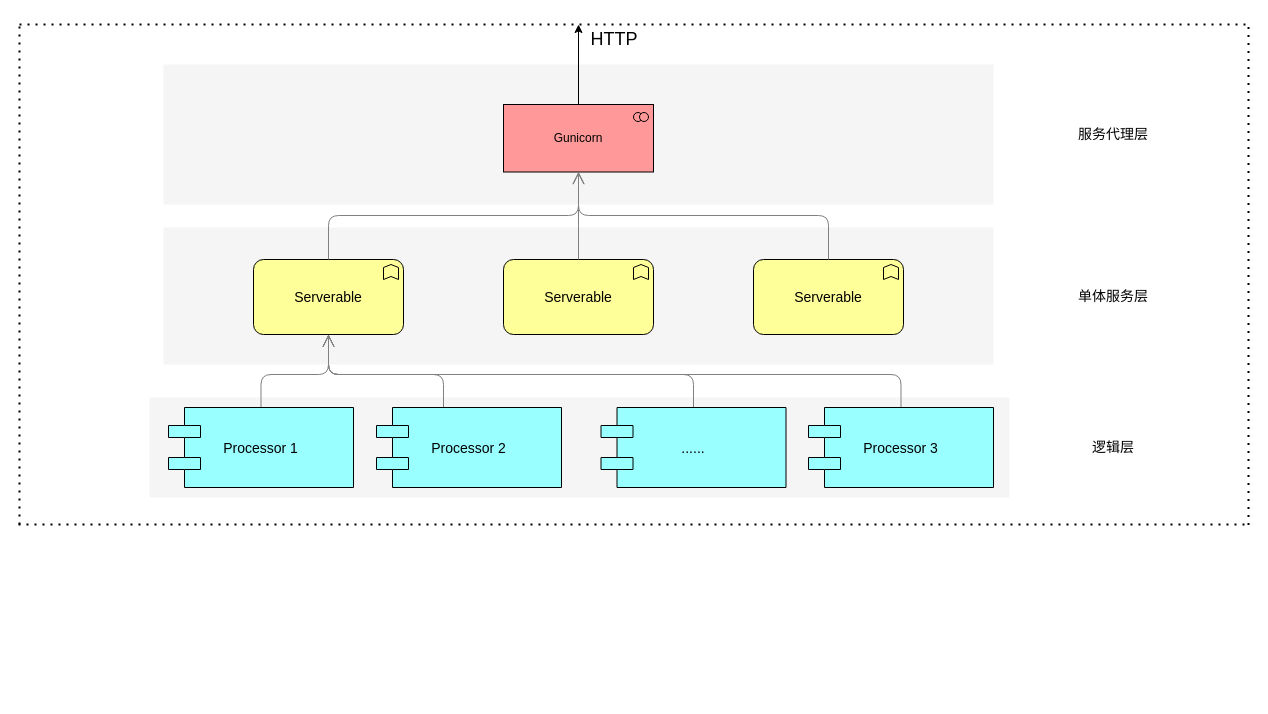
This is engineering/架构设计/Untitled Diagram.drawio from Wanke15/wanke15.github.io, a draw.io file, before an edit. Source tidied: cells renumbered, new cells numbered last; positions are measured from the earlier drawing's top-left corner, leaving out a move shared by most shapes. Both pictures are drawn from the tidied source at 100%, with x=0, y=0 at pixel (18, 24).
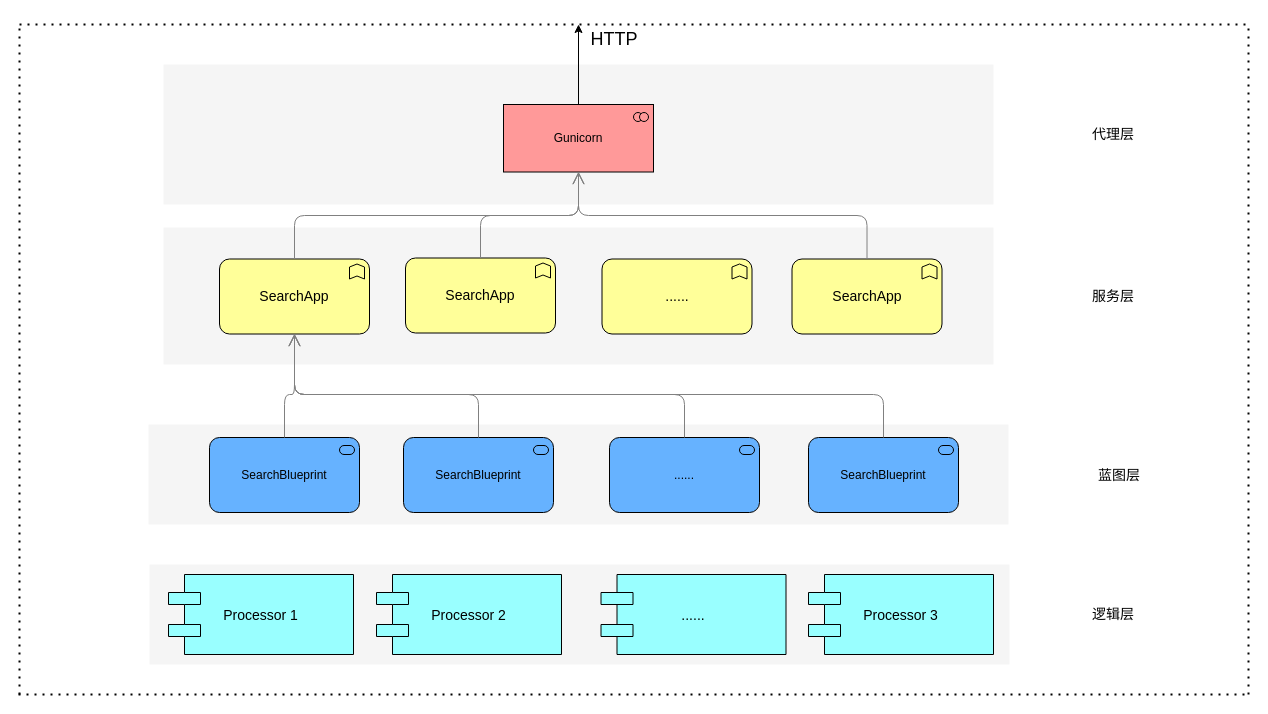
After the change.

Change to the diagram source:
```diff
@@
     <mxCell id="2" style="whiteSpace=wrap;html=1;strokeColor=none;strokeWidth=1;fillColor=#f5f5f5;fontSize=14;" parent="1" vertex="1">
-      <mxGeometry x="131" y="373" width="860" height="100" as="geometry" />
+      <mxGeometry x="131" y="540" width="860" height="100" as="geometry" />
     </mxCell>
@@
-    <mxCell id="4" style="edgeStyle=elbowEdgeStyle;rounded=1;elbow=vertical;html=1;startSize=10;endArrow=open;endFill=0;endSize=10;jettySize=auto;strokeColor=#808080;fontSize=14;" parent="1" edge="1" target="12">
-      <mxGeometry relative="1" as="geometry">
-        <mxPoint x="242.5" y="384" as="sourcePoint" />
-        <Array as="points">
-          <mxPoint x="310" y="350" />
-        </Array>
-      </mxGeometry>
-    </mxCell>
     <mxCell id="5" value="Processor 1" style="shape=component;align=center;fillColor=#99ffff;gradientColor=none;fontSize=14;" parent="1" vertex="1">
-      <mxGeometry x="150" y="383" width="185" height="80" as="geometry" />
+      <mxGeometry x="150" y="550" width="185" height="80" as="geometry" />
     </mxCell>
-    <mxCell id="6" style="edgeStyle=elbowEdgeStyle;rounded=1;elbow=vertical;html=1;startSize=10;endArrow=open;endFill=0;endSize=10;jettySize=auto;strokeColor=#808080;fontSize=14;entryX=0.5;entryY=1;entryDx=0;entryDy=0;entryPerimeter=0;" parent="1" edge="1" source="7" target="12">
-      <mxGeometry relative="1" as="geometry">
-        <Array as="points">
-          <mxPoint x="425" y="350" />
-        </Array>
-      </mxGeometry>
-    </mxCell>
     <mxCell id="7" value="Processor 2" style="shape=component;align=center;fillColor=#99ffff;gradientColor=none;fontSize=14;" parent="1" vertex="1">
-      <mxGeometry x="358" y="383" width="185" height="80" as="geometry" />
+      <mxGeometry x="358" y="550" width="185" height="80" as="geometry" />
     </mxCell>
-    <mxCell id="8" style="edgeStyle=elbowEdgeStyle;rounded=1;elbow=vertical;html=1;startSize=10;endArrow=open;endFill=0;endSize=10;jettySize=auto;strokeColor=#808080;fontSize=14;entryX=0.5;entryY=1;entryDx=0;entryDy=0;entryPerimeter=0;" parent="1" edge="1" source="9" target="12">
-      <mxGeometry relative="1" as="geometry">
-        <Array as="points">
-          <mxPoint x="395" y="350" />
-        </Array>
-      </mxGeometry>
-    </mxCell>
     <mxCell id="9" value="......" style="shape=component;align=center;fillColor=#99ffff;gradientColor=none;fontSize=14;" parent="1" vertex="1">
-      <mxGeometry x="582.5" y="383" width="185" height="80" as="geometry" />
+      <mxGeometry x="582.5" y="550" width="185" height="80" as="geometry" />
     </mxCell>
-    <mxCell id="10" style="edgeStyle=elbowEdgeStyle;rounded=1;elbow=vertical;html=1;startSize=10;endArrow=open;endFill=0;endSize=10;jettySize=auto;strokeColor=#808080;fontSize=14;entryX=0.5;entryY=1;entryDx=0;entryDy=0;entryPerimeter=0;" parent="1" edge="1" source="11" target="12">
-      <mxGeometry relative="1" as="geometry">
-        <Array as="points">
-          <mxPoint x="395" y="350" />
-        </Array>
-      </mxGeometry>
-    </mxCell>
     <mxCell id="11" value="Processor 3" style="shape=component;align=center;fillColor=#99ffff;gradientColor=none;fontSize=14;" parent="1" vertex="1">
-      <mxGeometry x="790" y="383" width="185" height="80" as="geometry" />
+      <mxGeometry x="790" y="550" width="185" height="80" as="geometry" />
     </mxCell>
-    <mxCell id="12" value="Serverable" style="html=1;whiteSpace=wrap;fillColor=#ffff99;shape=mxgraph.archimate3.application;appType=func;archiType=rounded;fontSize=14;" parent="1" vertex="1">
-      <mxGeometry x="235" y="235" width="150" height="75" as="geometry" />
+    <mxCell id="12" value="SearchApp" style="html=1;whiteSpace=wrap;fillColor=#ffff99;shape=mxgraph.archimate3.application;appType=func;archiType=rounded;fontSize=14;" parent="1" vertex="1">
+      <mxGeometry x="201" y="234.5" width="150" height="75" as="geometry" />
     </mxCell>
     <mxCell id="13" value="逻辑层" style="text;html=1;strokeColor=none;fillColor=none;align=center;verticalAlign=middle;whiteSpace=wrap;fontSize=14;" parent="1" vertex="1">
-      <mxGeometry x="975" y="413" width="240" height="20" as="geometry" />
+      <mxGeometry x="975" y="580" width="240" height="20" as="geometry" />
     </mxCell>
-    <mxCell id="14" value="单体服务层" style="text;html=1;strokeColor=none;fillColor=none;align=center;verticalAlign=middle;whiteSpace=wrap;fontSize=14;" parent="1" vertex="1">
+    <mxCell id="14" value="服务层" style="text;html=1;strokeColor=none;fillColor=none;align=center;verticalAlign=middle;whiteSpace=wrap;fontSize=14;" parent="1" vertex="1">
       <mxGeometry x="975" y="261.5" width="240" height="20" as="geometry" />
     </mxCell>
-    <mxCell id="15" value="Serverable" style="html=1;whiteSpace=wrap;fillColor=#ffff99;shape=mxgraph.archimate3.application;appType=func;archiType=rounded;fontSize=14;" parent="1" vertex="1">
-      <mxGeometry x="485" y="235" width="150" height="75" as="geometry" />
+    <mxCell id="15" value="SearchApp" style="html=1;whiteSpace=wrap;fillColor=#ffff99;shape=mxgraph.archimate3.application;appType=func;archiType=rounded;fontSize=14;" parent="1" vertex="1">
+      <mxGeometry x="387" y="233.5" width="150" height="75" as="geometry" />
     </mxCell>
-    <mxCell id="16" value="Serverable" style="html=1;whiteSpace=wrap;fillColor=#ffff99;shape=mxgraph.archimate3.application;appType=func;archiType=rounded;fontSize=14;" parent="1" vertex="1">
-      <mxGeometry x="735" y="235" width="150" height="75" as="geometry" />
+    <mxCell id="16" value="SearchApp" style="html=1;whiteSpace=wrap;fillColor=#ffff99;shape=mxgraph.archimate3.application;appType=func;archiType=rounded;fontSize=14;" parent="1" vertex="1">
+      <mxGeometry x="773.5" y="234.5" width="150" height="75" as="geometry" />
     </mxCell>
@@
-    <mxCell id="23" value="服务代理层" style="text;html=1;strokeColor=none;fillColor=none;align=center;verticalAlign=middle;whiteSpace=wrap;fontSize=14;" parent="1" vertex="1">
+    <mxCell id="23" value="代理层" style="text;html=1;strokeColor=none;fillColor=none;align=center;verticalAlign=middle;whiteSpace=wrap;fontSize=14;" parent="1" vertex="1">
       <mxGeometry x="975" y="100" width="240" height="20" as="geometry" />
     </mxCell>
     <mxCell id="24" style="endArrow=none;dashed=1;html=1;dashPattern=1 3;strokeWidth=2;" parent="1" edge="1">
       <mxGeometry relative="1" as="geometry">
-        <mxPoint x="1" y="500" as="sourcePoint" />
+        <mxPoint x="1" y="670" as="sourcePoint" />
         <mxPoint x="1" as="targetPoint" />
       </mxGeometry>
     </mxCell>
     <mxCell id="25" style="endArrow=none;dashed=1;html=1;dashPattern=1 3;strokeWidth=2;" parent="1" edge="1">
       <mxGeometry relative="1" as="geometry">
-        <mxPoint x="1230" y="500.5" as="sourcePoint" />
+        <mxPoint x="1230" y="670" as="sourcePoint" />
         <mxPoint x="1230" y="0.5" as="targetPoint" />
       </mxGeometry>
     </mxCell>
@@
     <mxCell id="27" style="endArrow=none;dashed=1;html=1;dashPattern=1 3;strokeWidth=2;" parent="1" edge="1">
       <mxGeometry relative="1" as="geometry">
-        <mxPoint y="500" as="sourcePoint" />
-        <mxPoint x="1230" y="500" as="targetPoint" />
+        <mxPoint y="670" as="sourcePoint" />
+        <mxPoint x="1230" y="670" as="targetPoint" />
       </mxGeometry>
     </mxCell>
@@
+    <mxCell id="29" style="whiteSpace=wrap;html=1;strokeColor=none;strokeWidth=1;fillColor=#f5f5f5;fontSize=14;" parent="1" vertex="1">
+      <mxGeometry x="130" y="400" width="860" height="100" as="geometry" />
+    </mxCell>
+    <mxCell id="30" value="SearchBlueprint" style="html=1;outlineConnect=0;whiteSpace=wrap;fillColor=#66B2FF;shape=mxgraph.archimate3.application;appType=serv;archiType=rounded;" parent="1" vertex="1">
+      <mxGeometry x="191" y="413" width="150" height="75" as="geometry" />
+    </mxCell>
+    <mxCell id="31" value="......" style="html=1;whiteSpace=wrap;fillColor=#ffff99;shape=mxgraph.archimate3.application;appType=func;archiType=rounded;fontSize=14;" parent="1" vertex="1">
+      <mxGeometry x="583.5" y="234.5" width="150" height="75" as="geometry" />
+    </mxCell>
+    <mxCell id="32" value="SearchBlueprint" style="html=1;outlineConnect=0;whiteSpace=wrap;fillColor=#66B2FF;shape=mxgraph.archimate3.application;appType=serv;archiType=rounded;" parent="1" vertex="1">
+      <mxGeometry x="385" y="413" width="150" height="75" as="geometry" />
+    </mxCell>
+    <mxCell id="33" value="......" style="html=1;outlineConnect=0;whiteSpace=wrap;fillColor=#66B2FF;shape=mxgraph.archimate3.application;appType=serv;archiType=rounded;" parent="1" vertex="1">
+      <mxGeometry x="591" y="413" width="150" height="75" as="geometry" />
+    </mxCell>
+    <mxCell id="34" value="SearchBlueprint" style="html=1;outlineConnect=0;whiteSpace=wrap;fillColor=#66B2FF;shape=mxgraph.archimate3.application;appType=serv;archiType=rounded;" parent="1" vertex="1">
+      <mxGeometry x="790" y="413" width="150" height="75" as="geometry" />
+    </mxCell>
+    <mxCell id="35" style="edgeStyle=elbowEdgeStyle;rounded=1;elbow=vertical;html=1;startSize=10;endArrow=open;endFill=0;endSize=10;jettySize=auto;strokeColor=#808080;fontSize=14;exitX=0.5;exitY=0;exitDx=0;exitDy=0;exitPerimeter=0;entryX=0.5;entryY=1;entryDx=0;entryDy=0;entryPerimeter=0;" parent="1" edge="1" source="32" target="12">
+      <mxGeometry relative="1" as="geometry">
+        <Array as="points">
+          <mxPoint x="421" y="370" />
+          <mxPoint x="320" y="360" />
+        </Array>
+      </mxGeometry>
+    </mxCell>
+    <mxCell id="36" style="edgeStyle=elbowEdgeStyle;rounded=1;elbow=vertical;html=1;startSize=10;endArrow=open;endFill=0;endSize=10;jettySize=auto;strokeColor=#808080;fontSize=14;exitX=0.5;exitY=0;exitDx=0;exitDy=0;exitPerimeter=0;entryX=0.5;entryY=1;entryDx=0;entryDy=0;entryPerimeter=0;" parent="1" edge="1" source="30" target="12">
+      <mxGeometry relative="1" as="geometry">
+        <Array as="points">
+          <mxPoint x="330" y="370" />
+        </Array>
+      </mxGeometry>
+    </mxCell>
+    <mxCell id="37" style="edgeStyle=elbowEdgeStyle;rounded=1;elbow=vertical;html=1;startSize=10;endArrow=open;endFill=0;endSize=10;jettySize=auto;strokeColor=#808080;fontSize=14;exitX=0.5;exitY=0;exitDx=0;exitDy=0;exitPerimeter=0;entryX=0.5;entryY=1;entryDx=0;entryDy=0;entryPerimeter=0;" parent="1" edge="1" source="33" target="12">
+      <mxGeometry relative="1" as="geometry">
+        <Array as="points">
+          <mxPoint x="501" y="370" />
+          <mxPoint x="431" y="380" />
+          <mxPoint x="330" y="370" />
+        </Array>
+      </mxGeometry>
+    </mxCell>
+    <mxCell id="38" style="edgeStyle=elbowEdgeStyle;rounded=1;elbow=vertical;html=1;startSize=10;endArrow=open;endFill=0;endSize=10;jettySize=auto;strokeColor=#808080;fontSize=14;exitX=0.5;exitY=0;exitDx=0;exitDy=0;exitPerimeter=0;entryX=0.5;entryY=1;entryDx=0;entryDy=0;entryPerimeter=0;" parent="1" edge="1" source="34" target="12">
+      <mxGeometry relative="1" as="geometry">
+        <Array as="points">
+          <mxPoint x="481" y="370" />
+          <mxPoint x="511" y="380" />
+          <mxPoint x="441" y="390" />
+          <mxPoint x="340" y="380" />
+        </Array>
+      </mxGeometry>
+    </mxCell>
+    <mxCell id="39" value="蓝图层" style="text;html=1;strokeColor=none;fillColor=none;align=center;verticalAlign=middle;whiteSpace=wrap;fontSize=14;" parent="1" vertex="1">
+      <mxGeometry x="981" y="440.5" width="240" height="20" as="geometry" />
+    </mxCell>
```
